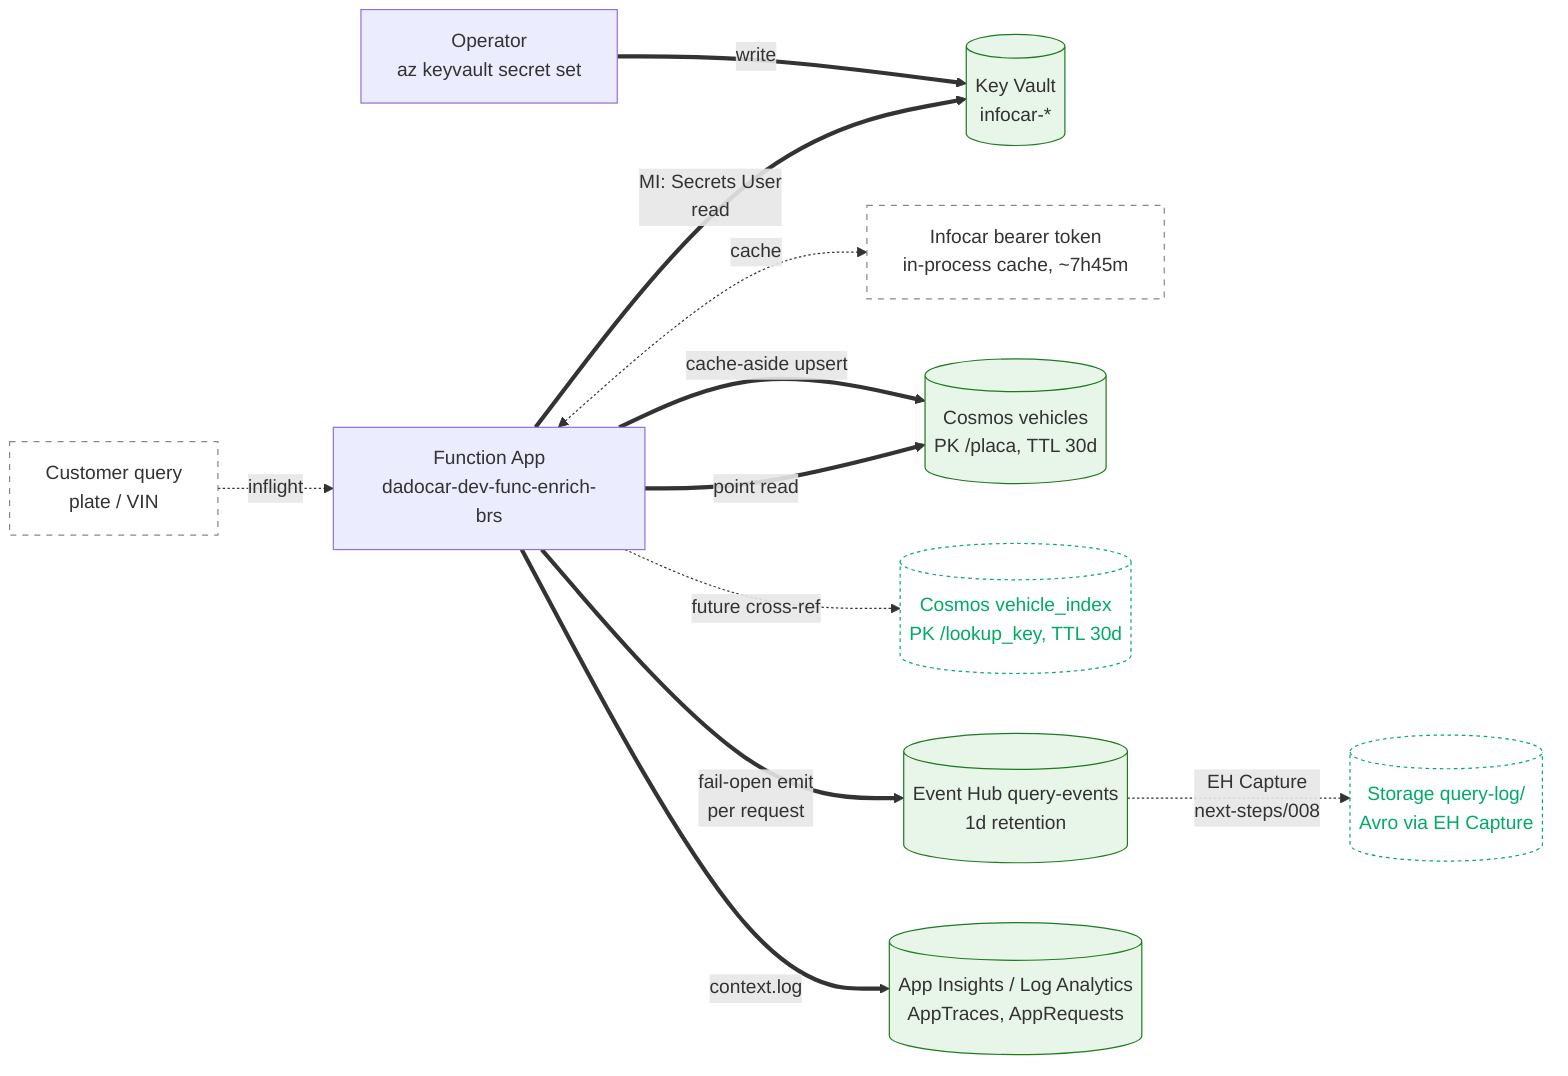
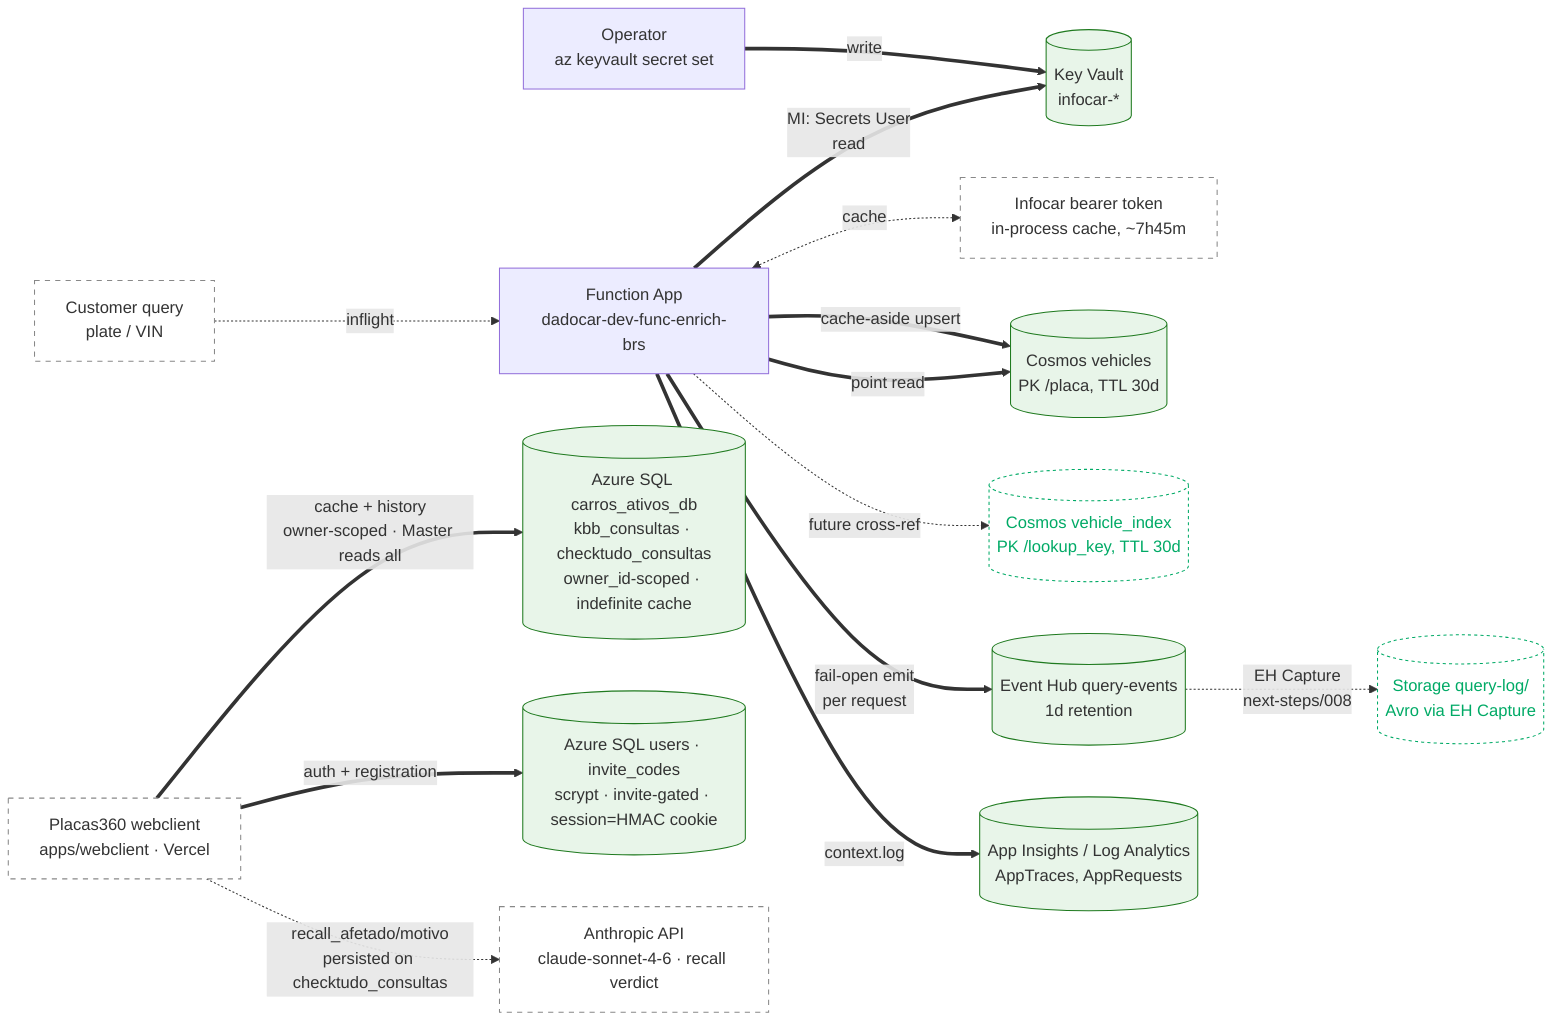
flowchart LR
  classDef inflight fill:#fff,stroke:#888,stroke-dasharray: 5 5
  classDef persisted fill:#e8f5e9,stroke:#1f7a1f
  classDef planned fill:#fff,stroke:#0a6,stroke-dasharray: 3 3,color:#0a6

  OP[Operator<br/>az keyvault secret set]
  CUST[Customer query<br/>plate / VIN]:::inflight
  FN[Function App<br/>dadocar-dev-func-enrich-brs]
  KV[(Key Vault<br/>infocar-*)]:::persisted
  IC[Infocar bearer token<br/>in-process cache, ~7h45m]:::inflight
  COS[(Cosmos vehicles<br/>PK /placa, TTL 30d)]:::persisted
  COSI[(Cosmos vehicle_index<br/>PK /lookup_key, TTL 30d)]:::planned
  EH[(Event Hub query-events<br/>1d retention)]:::persisted
  AI[(App Insights / Log Analytics<br/>AppTraces, AppRequests)]:::persisted
  SLAKE[(Storage query-log/<br/>Avro via EH Capture)]:::planned

  OP ==>|write| KV
  CUST -. inflight .-> FN
  FN ==>|MI: Secrets User<br/>read| KV
  FN <-. cache .-> IC
  FN ==>|cache-aside upsert| COS
  FN ==>|point read| COS
  FN -. future cross-ref .-> COSI
  FN ==>|fail-open emit<br/>per request| EH
  FN ==>|context.log| AI
  EH -. EH Capture<br/>next-steps/008 .-> SLAKE
+ 
+   %% ── Webclient (Placas360) — its own Azure SQL store + recall AI ──
+   WC[Placas360 webclient<br/>apps/webclient · Vercel]:::inflight
+   SQL[(Azure SQL carros_ativos_db<br/>kbb_consultas · checktudo_consultas<br/>owner_id-scoped · indefinite cache)]:::persisted
+   USR[(Azure SQL users · invite_codes<br/>scrypt · invite-gated · session=HMAC cookie)]:::persisted
+   ANTH[Anthropic API<br/>claude-sonnet-4-6 · recall verdict]:::inflight
+   WC ==>|cache + history<br/>owner-scoped · Master reads all| SQL
+   WC ==>|auth + registration| USR
+   WC -. recall_afetado/motivo<br/>persisted on checktudo_consultas .-> ANTH
